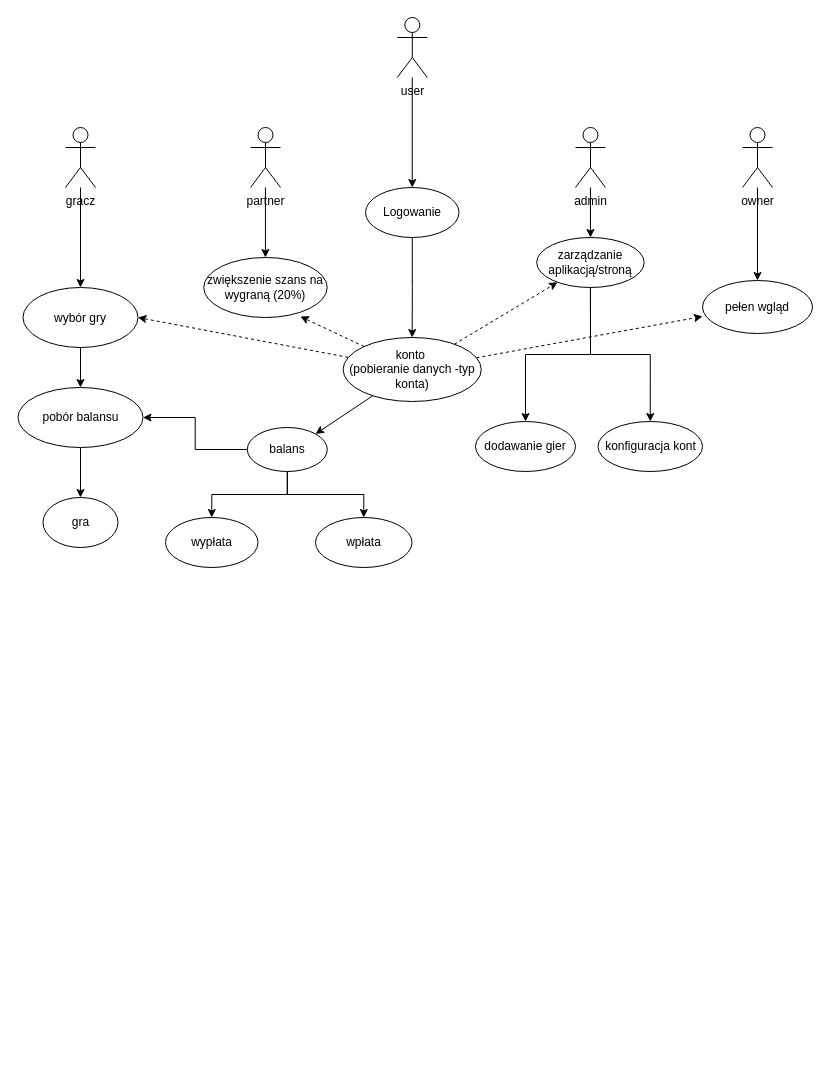
Earlier version of the draw.io diagram projekt(1).drawio (Pgx1337/Projekt). Source tidied: cells renumbered, new cells numbered last; positions are measured from the earlier drawing's top-left corner, leaving out a move shared by most shapes. Both pictures are drawn from the tidied source at 100%, with x=0, y=0 at pixel (17, 17).
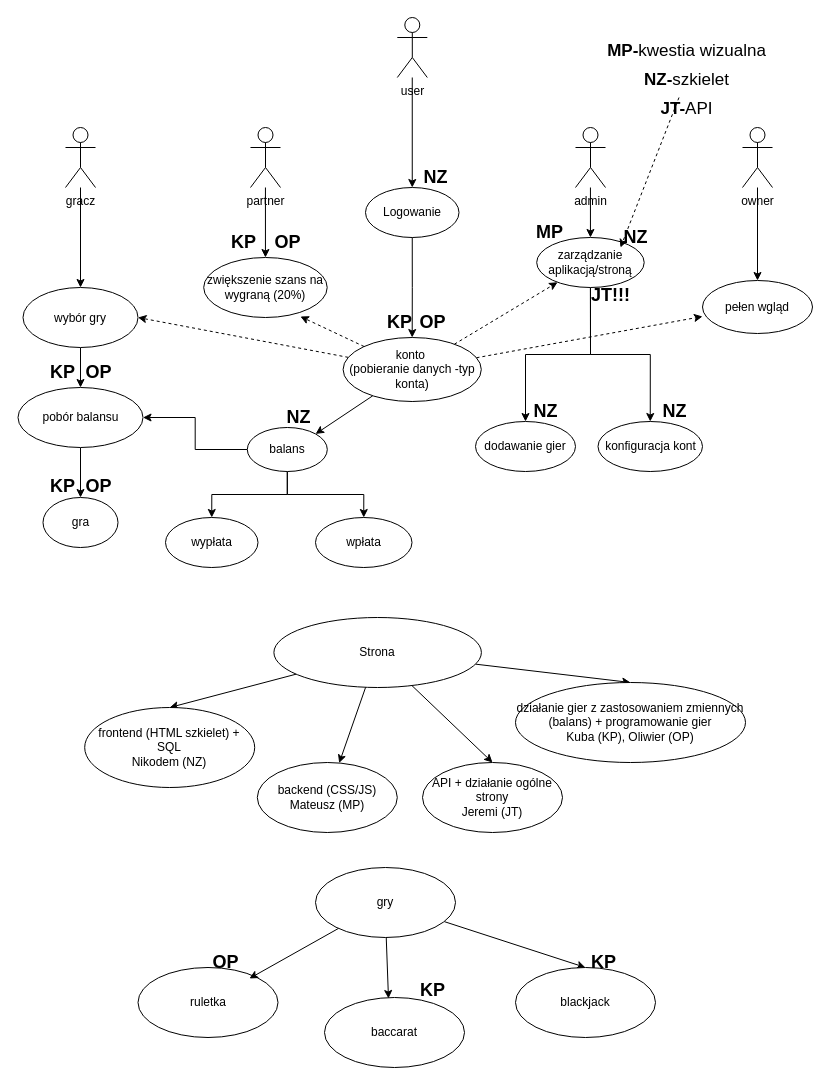
The same page after the edit.

The edit, as a diff of the source:
```diff
@@
+    <mxCell id="39" style="rounded=0;jettySize=auto;html=1;" parent="1" edge="1" source="43" target="44">
+      <mxGeometry relative="1" as="geometry" />
+    </mxCell>
+    <mxCell id="40" style="rounded=0;jettySize=auto;html=1;entryX=0.5;entryY=0;entryDx=0;entryDy=0;" parent="1" edge="1" source="43" target="45">
+      <mxGeometry relative="1" as="geometry" />
+    </mxCell>
+    <mxCell id="41" style="rounded=0;jettySize=auto;html=1;entryX=0.5;entryY=0;entryDx=0;entryDy=0;" parent="1" edge="1" source="43" target="46">
+      <mxGeometry relative="1" as="geometry" />
+    </mxCell>
+    <mxCell id="42" style="rounded=0;jettySize=auto;html=1;entryX=0.5;entryY=0;entryDx=0;entryDy=0;" parent="1" edge="1" source="43" target="47">
+      <mxGeometry relative="1" as="geometry" />
+    </mxCell>
+    <mxCell id="43" value="Strona" style="ellipse;whiteSpace=wrap;html=1;" parent="1" vertex="1">
+      <mxGeometry x="256.4" y="600" width="207.5" height="70" as="geometry" />
+    </mxCell>
+    <mxCell id="44" value="backend (CSS/JS)&lt;div&gt;Mateusz (MP)&lt;/div&gt;" style="ellipse;whiteSpace=wrap;html=1;" parent="1" vertex="1">
+      <mxGeometry x="239.8" y="745" width="140" height="70" as="geometry" />
+    </mxCell>
+    <mxCell id="45" value="API + działanie ogólne strony&lt;div&gt;Jeremi (JT)&lt;/div&gt;" style="ellipse;whiteSpace=wrap;html=1;" parent="1" vertex="1">
+      <mxGeometry x="405" y="745" width="140" height="70" as="geometry" />
+    </mxCell>
+    <mxCell id="46" value="działanie gier z zastosowaniem zmiennych (balans) + programowanie gier&lt;div&gt;Kuba (KP), Oliwier (OP)&lt;/div&gt;" style="ellipse;whiteSpace=wrap;html=1;" parent="1" vertex="1">
+      <mxGeometry x="498" y="665" width="230" height="80" as="geometry" />
+    </mxCell>
+    <mxCell id="47" value="frontend (HTML szkielet) + SQL&lt;div&gt;Nikodem (NZ)&lt;/div&gt;" style="ellipse;whiteSpace=wrap;html=1;" parent="1" vertex="1">
+      <mxGeometry x="67.2" y="690" width="170" height="80" as="geometry" />
+    </mxCell>
+    <mxCell id="48" value="NZ" style="text;strokeColor=none;fillColor=none;html=1;fontSize=18;fontStyle=1;verticalAlign=middle;align=center;" parent="1" vertex="1">
+      <mxGeometry x="626.8" y="384" width="60" height="20" as="geometry" />
+    </mxCell>
+    <mxCell id="49" value="NZ" style="text;strokeColor=none;fillColor=none;html=1;fontSize=18;fontStyle=1;verticalAlign=middle;align=center;" parent="1" vertex="1">
+      <mxGeometry x="498" y="384" width="60" height="20" as="geometry" />
+    </mxCell>
+    <mxCell id="50" value="NZ" style="text;strokeColor=none;fillColor=none;html=1;fontSize=18;fontStyle=1;verticalAlign=middle;align=center;" parent="1" vertex="1">
+      <mxGeometry x="588" y="210" width="60" height="20" as="geometry" />
+    </mxCell>
+    <mxCell id="51" value="MP" style="text;strokeColor=none;fillColor=none;html=1;fontSize=18;fontStyle=1;verticalAlign=middle;align=center;" parent="1" vertex="1">
+      <mxGeometry x="505.5" y="200" width="52.5" height="30" as="geometry" />
+    </mxCell>
+    <mxCell id="52" value="JT!!!" style="text;strokeColor=none;fillColor=none;html=1;fontSize=18;fontStyle=1;verticalAlign=middle;align=center;" parent="1" vertex="1">
+      <mxGeometry x="568" y="263" width="50" height="30" as="geometry" />
+    </mxCell>
+    <mxCell id="53" value="OP" style="text;strokeColor=none;fillColor=none;html=1;fontSize=18;fontStyle=1;verticalAlign=middle;align=center;" parent="1" vertex="1">
+      <mxGeometry x="382" y="290" width="65" height="30" as="geometry" />
+    </mxCell>
+    <mxCell id="54" value="OP" style="text;strokeColor=none;fillColor=none;html=1;fontSize=18;fontStyle=1;verticalAlign=middle;align=center;" parent="1" vertex="1">
+      <mxGeometry x="237.2" y="210" width="65" height="30" as="geometry" />
+    </mxCell>
+    <mxCell id="55" value="OP" style="text;strokeColor=none;fillColor=none;html=1;fontSize=18;fontStyle=1;verticalAlign=middle;align=center;" parent="1" vertex="1">
+      <mxGeometry x="48" y="340" width="65" height="30" as="geometry" />
+    </mxCell>
+    <mxCell id="56" value="KP" style="text;strokeColor=none;fillColor=none;html=1;fontSize=18;fontStyle=1;verticalAlign=middle;align=center;" parent="1" vertex="1">
+      <mxGeometry x="359" y="290" width="46" height="30" as="geometry" />
+    </mxCell>
+    <mxCell id="57" value="KP" style="text;strokeColor=none;fillColor=none;html=1;fontSize=18;fontStyle=1;verticalAlign=middle;align=center;" parent="1" vertex="1">
+      <mxGeometry x="198" y="210" width="56" height="30" as="geometry" />
+    </mxCell>
+    <mxCell id="58" value="KP" style="text;strokeColor=none;fillColor=none;html=1;fontSize=18;fontStyle=1;verticalAlign=middle;align=center;" parent="1" vertex="1">
+      <mxGeometry x="18" y="340" width="53" height="30" as="geometry" />
+    </mxCell>
+    <mxCell id="59" value="NZ" style="text;strokeColor=none;fillColor=none;html=1;fontSize=18;fontStyle=1;verticalAlign=middle;align=center;" parent="1" vertex="1">
+      <mxGeometry x="250.5" y="390" width="60" height="20" as="geometry" />
+    </mxCell>
+    <mxCell id="60" value="NZ" style="text;strokeColor=none;fillColor=none;html=1;fontSize=18;fontStyle=1;verticalAlign=middle;align=center;" parent="1" vertex="1">
+      <mxGeometry x="388" y="150" width="60" height="20" as="geometry" />
+    </mxCell>
+    <mxCell id="61" value="KP" style="text;strokeColor=none;fillColor=none;html=1;fontSize=18;fontStyle=1;verticalAlign=middle;align=center;" parent="1" vertex="1">
+      <mxGeometry x="18" y="454" width="53" height="30" as="geometry" />
+    </mxCell>
+    <mxCell id="62" value="OP" style="text;strokeColor=none;fillColor=none;html=1;fontSize=18;fontStyle=1;verticalAlign=middle;align=center;" parent="1" vertex="1">
+      <mxGeometry x="48" y="454" width="65" height="30" as="geometry" />
+    </mxCell>
+    <mxCell id="63" style="rounded=0;jettySize=auto;html=1;entryX=0.25;entryY=1;entryDx=0;entryDy=0;dashed=1;" parent="1" edge="1" source="64" target="50">
+      <mxGeometry relative="1" as="geometry" />
+    </mxCell>
+    <mxCell id="64" value="&lt;font style=&quot;font-size: 17px;&quot;&gt;MP-&lt;span style=&quot;font-weight: normal;&quot;&gt;kwestia wizualna&lt;/span&gt;&lt;/font&gt;&lt;div&gt;&lt;font style=&quot;font-size: 17px;&quot;&gt;NZ-&lt;span style=&quot;font-weight: normal;&quot;&gt;szkielet&lt;/span&gt;&lt;/font&gt;&lt;/div&gt;&lt;div&gt;&lt;font style=&quot;font-size: 17px;&quot;&gt;JT-&lt;span style=&quot;font-weight: normal;&quot;&gt;API&lt;/span&gt;&lt;/font&gt;&lt;/div&gt;" style="text;strokeColor=none;fillColor=none;html=1;fontSize=24;fontStyle=1;verticalAlign=middle;align=center;" parent="1" vertex="1">
+      <mxGeometry x="626.8" y="40" width="85" height="40" as="geometry" />
+    </mxCell>
+    <mxCell id="65" style="rounded=0;jettySize=auto;html=1;entryX=0.5;entryY=0;entryDx=0;entryDy=0;" parent="1" edge="1" source="66" target="69">
+      <mxGeometry relative="1" as="geometry" />
+    </mxCell>
+    <mxCell id="66" value="gry" style="ellipse;whiteSpace=wrap;html=1;" parent="1" vertex="1">
+      <mxGeometry x="298" y="850" width="140" height="70" as="geometry" />
+    </mxCell>
+    <mxCell id="67" value="ruletka" style="ellipse;whiteSpace=wrap;html=1;" parent="1" vertex="1">
+      <mxGeometry x="120.5" y="950" width="140" height="70" as="geometry" />
+    </mxCell>
+    <mxCell id="68" value="baccarat" style="ellipse;whiteSpace=wrap;html=1;" parent="1" vertex="1">
+      <mxGeometry x="307" y="980" width="140" height="70" as="geometry" />
+    </mxCell>
+    <mxCell id="69" value="blackjack" style="ellipse;whiteSpace=wrap;html=1;" parent="1" vertex="1">
+      <mxGeometry x="498" y="950" width="140" height="70" as="geometry" />
+    </mxCell>
+    <mxCell id="70" style="rounded=0;jettySize=auto;html=1;entryX=0.796;entryY=0.157;entryDx=0;entryDy=0;entryPerimeter=0;" parent="1" edge="1" source="66" target="67">
+      <mxGeometry relative="1" as="geometry" />
+    </mxCell>
+    <mxCell id="71" style="rounded=0;jettySize=auto;html=1;entryX=0.457;entryY=0.014;entryDx=0;entryDy=0;entryPerimeter=0;" parent="1" edge="1" source="66" target="68">
+      <mxGeometry relative="1" as="geometry" />
+    </mxCell>
+    <mxCell id="72" value="&lt;font style=&quot;font-size: 18px;&quot;&gt;KP&lt;/font&gt;" style="text;align=center;fontStyle=1;verticalAlign=middle;spacingLeft=3;spacingRight=3;strokeColor=none;html=1;" parent="1" vertex="1">
+      <mxGeometry x="374.5" y="960" width="80" height="26" as="geometry" />
+    </mxCell>
+    <mxCell id="73" value="KP" style="text;strokeColor=none;fillColor=none;html=1;fontSize=18;fontStyle=1;verticalAlign=middle;align=center;" parent="1" vertex="1">
+      <mxGeometry x="553" y="930" width="65" height="30" as="geometry" />
+    </mxCell>
+    <mxCell id="74" value="OP" style="text;strokeColor=none;fillColor=none;html=1;fontSize=18;fontStyle=1;verticalAlign=middle;align=center;" parent="1" vertex="1">
+      <mxGeometry x="175.5" y="930" width="65" height="30" as="geometry" />
+    </mxCell>
```
